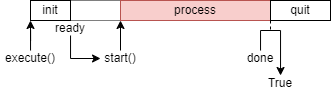
Before: source/job_management/assets/task_time_chart.png, a diagram exported from draw.io (ta-ichihashi/TwinCATHowTo). Source tidied: cells renumbered, new cells last; positions are measured from the earlier drawing's top-left corner, leaving out a move shared by most shapes. Its diagram source:
```xml
<mxGraphModel>
  <root>
    <mxCell id="0" />
    <mxCell id="1" parent="0" />
    <mxCell id="2" value="init" style="rounded=0;whiteSpace=wrap;html=1;" parent="1" vertex="1">
      <mxGeometry x="30" width="40" height="20" as="geometry" />
    </mxCell>
    <mxCell id="3" value="process" style="rounded=0;whiteSpace=wrap;html=1;fillColor=#f8cecc;strokeColor=#b85450;" parent="1" vertex="1">
      <mxGeometry x="120" width="150" height="20" as="geometry" />
    </mxCell>
    <mxCell id="4" style="rounded=0;jettySize=auto;html=1;endArrow=none;endFill=0;dashed=1;exitX=1;exitY=1;exitDx=0;exitDy=0;" parent="1" edge="1" source="3">
      <mxGeometry relative="1" as="geometry">
        <mxPoint x="270" y="30" as="targetPoint" />
      </mxGeometry>
    </mxCell>
    <mxCell id="5" value="quit" style="rounded=0;whiteSpace=wrap;html=1;" parent="1" vertex="1">
      <mxGeometry x="270" width="60" height="20" as="geometry" />
    </mxCell>
    <mxCell id="6" style="endArrow=none;dashed=1;html=1;strokeWidth=1;rounded=0;exitX=1;exitY=0;exitDx=0;exitDy=0;entryX=0;entryY=0;entryDx=0;entryDy=0;dashPattern=1 1;" parent="1" edge="1" source="2" target="3">
      <mxGeometry relative="1" as="geometry" />
    </mxCell>
    <mxCell id="7" style="endArrow=none;dashed=1;html=1;strokeWidth=1;rounded=0;exitX=1;exitY=1;exitDx=0;exitDy=0;entryX=0;entryY=1;entryDx=0;entryDy=0;dashPattern=1 1;" parent="1" edge="1" source="2" target="3">
      <mxGeometry relative="1" as="geometry" />
    </mxCell>
    <mxCell id="8" style="edgeStyle=orthogonalEdgeStyle;rounded=0;jettySize=auto;html=1;entryX=0;entryY=1;entryDx=0;entryDy=0;" parent="1" edge="1" source="9" target="2">
      <mxGeometry relative="1" as="geometry" />
    </mxCell>
    <mxCell id="9" value="execute()" style="text;html=1;align=center;verticalAlign=middle;whiteSpace=wrap;rounded=0;" parent="1" vertex="1">
      <mxGeometry y="50" width="60" height="15" as="geometry" />
    </mxCell>
    <mxCell id="10" style="edgeStyle=orthogonalEdgeStyle;rounded=0;jettySize=auto;html=1;entryX=0;entryY=0.5;entryDx=0;entryDy=0;" parent="1" edge="1" source="11" target="13">
      <mxGeometry relative="1" as="geometry">
        <Array as="points">
          <mxPoint x="70" y="58" />
          <mxPoint x="100" y="58" />
        </Array>
      </mxGeometry>
    </mxCell>
    <mxCell id="11" value="ready" style="text;html=1;align=center;verticalAlign=middle;whiteSpace=wrap;rounded=0;" parent="1" vertex="1">
      <mxGeometry x="40" y="20" width="60" height="15" as="geometry" />
    </mxCell>
    <mxCell id="12" style="edgeStyle=orthogonalEdgeStyle;rounded=0;jettySize=auto;html=1;" parent="1" edge="1" source="13">
      <mxGeometry relative="1" as="geometry">
        <mxPoint x="120" y="20" as="targetPoint" />
        <Array as="points">
          <mxPoint x="120" y="50" />
          <mxPoint x="120" y="50" />
        </Array>
      </mxGeometry>
    </mxCell>
    <mxCell id="13" value="start()" style="text;html=1;align=center;verticalAlign=middle;whiteSpace=wrap;rounded=0;" parent="1" vertex="1">
      <mxGeometry x="100" y="50" width="40" height="15" as="geometry" />
    </mxCell>
    <mxCell id="14" style="edgeStyle=orthogonalEdgeStyle;rounded=0;jettySize=auto;html=1;" parent="1" edge="1" source="15" target="16">
      <mxGeometry relative="1" as="geometry">
        <Array as="points">
          <mxPoint x="260" y="30" />
          <mxPoint x="280" y="30" />
        </Array>
      </mxGeometry>
    </mxCell>
    <mxCell id="15" value="done" style="text;html=1;align=center;verticalAlign=middle;whiteSpace=wrap;rounded=0;" parent="1" vertex="1">
      <mxGeometry x="240" y="50" width="40" height="15" as="geometry" />
    </mxCell>
    <mxCell id="16" value="True" style="text;html=1;align=center;verticalAlign=middle;whiteSpace=wrap;rounded=0;" parent="1" vertex="1">
      <mxGeometry x="250" y="75" width="60" height="15" as="geometry" />
    </mxCell>
  </root>
</mxGraphModel>
```
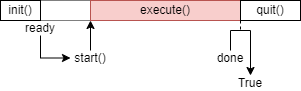
After the change.

What changed in the source:
```diff
@@ -2,19 +2,19 @@
   <root>
     <mxCell id="0" />
     <mxCell id="1" parent="0" />
-    <mxCell id="2" value="init" style="rounded=0;whiteSpace=wrap;html=1;" parent="1" vertex="1">
-      <mxGeometry x="30" width="40" height="20" as="geometry" />
+    <mxCell id="2" value="init()" style="rounded=0;whiteSpace=wrap;html=1;" parent="1" vertex="1">
+      <mxGeometry x="49" y="-35" width="40" height="20" as="geometry" />
     </mxCell>
-    <mxCell id="3" value="process" style="rounded=0;whiteSpace=wrap;html=1;fillColor=#f8cecc;strokeColor=#b85450;" parent="1" vertex="1">
-      <mxGeometry x="120" width="150" height="20" as="geometry" />
+    <mxCell id="3" value="execute()" style="rounded=0;whiteSpace=wrap;html=1;fillColor=#f8cecc;strokeColor=#b85450;" parent="1" vertex="1">
+      <mxGeometry x="139" y="-35" width="150" height="20" as="geometry" />
     </mxCell>
     <mxCell id="4" style="rounded=0;jettySize=auto;html=1;endArrow=none;endFill=0;dashed=1;exitX=1;exitY=1;exitDx=0;exitDy=0;" parent="1" edge="1" source="3">
       <mxGeometry relative="1" as="geometry">
-        <mxPoint x="270" y="30" as="targetPoint" />
+        <mxPoint x="289" y="-5" as="targetPoint" />
       </mxGeometry>
     </mxCell>
-    <mxCell id="5" value="quit" style="rounded=0;whiteSpace=wrap;html=1;" parent="1" vertex="1">
-      <mxGeometry x="270" width="60" height="20" as="geometry" />
+    <mxCell id="5" value="quit()" style="rounded=0;whiteSpace=wrap;html=1;" parent="1" vertex="1">
+      <mxGeometry x="289" y="-35" width="60" height="20" as="geometry" />
     </mxCell>
     <mxCell id="6" style="endArrow=none;dashed=1;html=1;strokeWidth=1;rounded=0;exitX=1;exitY=0;exitDx=0;exitDy=0;entryX=0;entryY=0;entryDx=0;entryDy=0;dashPattern=1 1;" parent="1" edge="1" source="2" target="3">
       <mxGeometry relative="1" as="geometry" />
@@ -22,48 +22,42 @@
     <mxCell id="7" style="endArrow=none;dashed=1;html=1;strokeWidth=1;rounded=0;exitX=1;exitY=1;exitDx=0;exitDy=0;entryX=0;entryY=1;entryDx=0;entryDy=0;dashPattern=1 1;" parent="1" edge="1" source="2" target="3">
       <mxGeometry relative="1" as="geometry" />
     </mxCell>
-    <mxCell id="8" style="edgeStyle=orthogonalEdgeStyle;rounded=0;jettySize=auto;html=1;entryX=0;entryY=1;entryDx=0;entryDy=0;" parent="1" edge="1" source="9" target="2">
-      <mxGeometry relative="1" as="geometry" />
+    <mxCell id="8" style="edgeStyle=orthogonalEdgeStyle;rounded=0;jettySize=auto;html=1;entryX=0;entryY=0.5;entryDx=0;entryDy=0;" parent="1" edge="1" source="9" target="11">
+      <mxGeometry relative="1" as="geometry">
+        <Array as="points">
+          <mxPoint x="89" y="23" />
+          <mxPoint x="119" y="23" />
+        </Array>
+      </mxGeometry>
     </mxCell>
-    <mxCell id="9" value="execute()" style="text;html=1;align=center;verticalAlign=middle;whiteSpace=wrap;rounded=0;" parent="1" vertex="1">
-      <mxGeometry y="50" width="60" height="15" as="geometry" />
+    <mxCell id="9" value="ready" style="text;html=1;align=center;verticalAlign=middle;whiteSpace=wrap;rounded=0;" parent="1" vertex="1">
+      <mxGeometry x="59" y="-15" width="60" height="15" as="geometry" />
     </mxCell>
-    <mxCell id="10" style="edgeStyle=orthogonalEdgeStyle;rounded=0;jettySize=auto;html=1;entryX=0;entryY=0.5;entryDx=0;entryDy=0;" parent="1" edge="1" source="11" target="13">
+    <mxCell id="10" style="edgeStyle=orthogonalEdgeStyle;rounded=0;jettySize=auto;html=1;" parent="1" edge="1" source="11">
       <mxGeometry relative="1" as="geometry">
+        <mxPoint x="139" y="-15" as="targetPoint" />
         <Array as="points">
-          <mxPoint x="70" y="58" />
-          <mxPoint x="100" y="58" />
+          <mxPoint x="139" y="15" />
+          <mxPoint x="139" y="15" />
         </Array>
       </mxGeometry>
     </mxCell>
-    <mxCell id="11" value="ready" style="text;html=1;align=center;verticalAlign=middle;whiteSpace=wrap;rounded=0;" parent="1" vertex="1">
-      <mxGeometry x="40" y="20" width="60" height="15" as="geometry" />
+    <mxCell id="11" value="start()" style="text;html=1;align=center;verticalAlign=middle;whiteSpace=wrap;rounded=0;" parent="1" vertex="1">
+      <mxGeometry x="119" y="15" width="40" height="15" as="geometry" />
     </mxCell>
-    <mxCell id="12" style="edgeStyle=orthogonalEdgeStyle;rounded=0;jettySize=auto;html=1;" parent="1" edge="1" source="13">
+    <mxCell id="12" style="edgeStyle=orthogonalEdgeStyle;rounded=0;jettySize=auto;html=1;" parent="1" edge="1" source="13" target="14">
       <mxGeometry relative="1" as="geometry">
-        <mxPoint x="120" y="20" as="targetPoint" />
         <Array as="points">
-          <mxPoint x="120" y="50" />
-          <mxPoint x="120" y="50" />
+          <mxPoint x="279" y="-5" />
+          <mxPoint x="299" y="-5" />
         </Array>
       </mxGeometry>
     </mxCell>
-    <mxCell id="13" value="start()" style="text;html=1;align=center;verticalAlign=middle;whiteSpace=wrap;rounded=0;" parent="1" vertex="1">
-      <mxGeometry x="100" y="50" width="40" height="15" as="geometry" />
+    <mxCell id="13" value="done" style="text;html=1;align=center;verticalAlign=middle;whiteSpace=wrap;rounded=0;" parent="1" vertex="1">
+      <mxGeometry x="259" y="15" width="40" height="15" as="geometry" />
     </mxCell>
-    <mxCell id="14" style="edgeStyle=orthogonalEdgeStyle;rounded=0;jettySize=auto;html=1;" parent="1" edge="1" source="15" target="16">
-      <mxGeometry relative="1" as="geometry">
-        <Array as="points">
-          <mxPoint x="260" y="30" />
-          <mxPoint x="280" y="30" />
-        </Array>
-      </mxGeometry>
+    <mxCell id="14" value="True" style="text;html=1;align=center;verticalAlign=middle;whiteSpace=wrap;rounded=0;" parent="1" vertex="1">
+      <mxGeometry x="269" y="40" width="60" height="15" as="geometry" />
     </mxCell>
-    <mxCell id="15" value="done" style="text;html=1;align=center;verticalAlign=middle;whiteSpace=wrap;rounded=0;" parent="1" vertex="1">
-      <mxGeometry x="240" y="50" width="40" height="15" as="geometry" />
-    </mxCell>
-    <mxCell id="16" value="True" style="text;html=1;align=center;verticalAlign=middle;whiteSpace=wrap;rounded=0;" parent="1" vertex="1">
-      <mxGeometry x="250" y="75" width="60" height="15" as="geometry" />
-    </mxCell>
   </root>
 </mxGraphModel>
```
